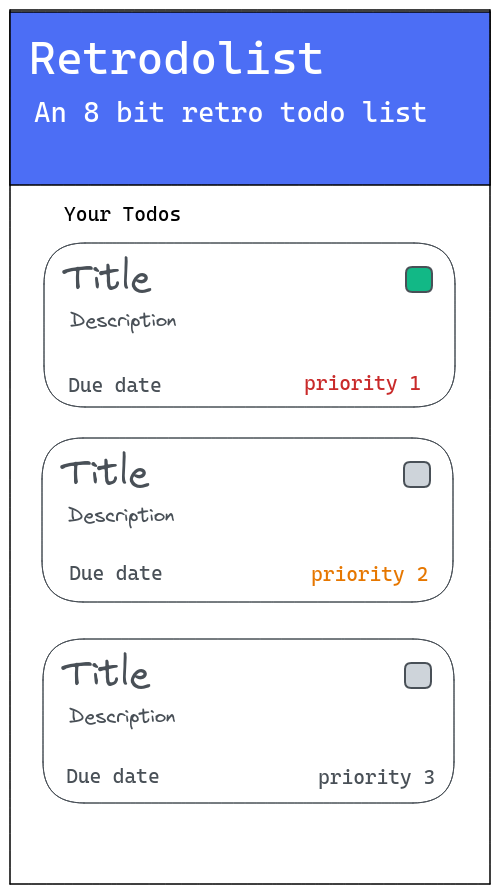
Before: design/Retrodolist-mobile-light.excalidraw.png, a diagram exported from Excalidraw (dotarjun/Todolist-JS). Source tidied: one line per element, renumbered; positions are measured from the earlier drawing's top-left corner, leaving out a move shared by most shapes.
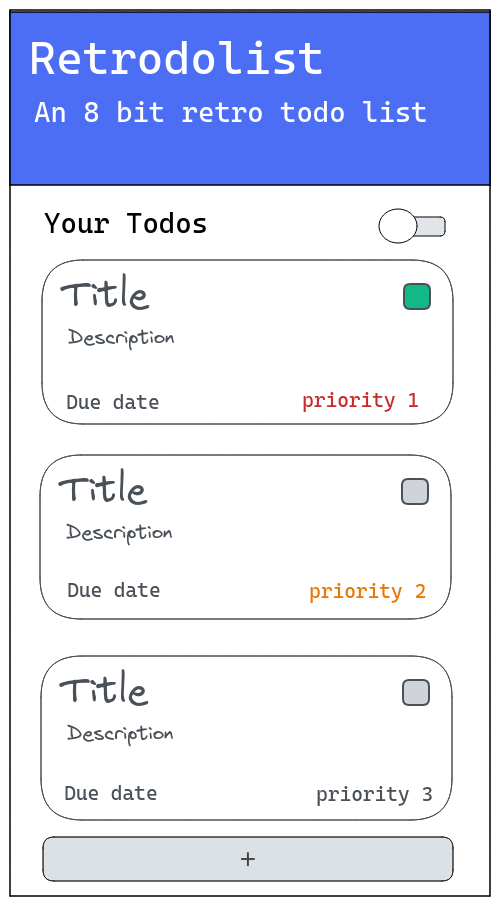
The same file after the commit.

Diff of the diagram source:
```diff
@@ -1,5 +1,5 @@
-{"id": 0, "type": "rectangle", "strokeColor": "#000000", "strokeWidth": 1, "roughness": 0, "x": 0, "y": 0, "width": 480, "height": 874}
+{"id": 0, "type": "rectangle", "strokeColor": "#000000", "strokeWidth": 1, "roughness": 0, "x": 2, "y": -17, "width": 480, "height": 886}
-{"id": 1, "type": "rectangle", "strokeColor": "#000000", "backgroundColor": "#4c6ef5", "fillStyle": "solid", "strokeWidth": 1, "roughness": 0, "x": 0, "y": 2, "width": 480, "height": 173}
+{"id": 1, "type": "rectangle", "strokeColor": "#000000", "backgroundColor": "#4c6ef5", "fillStyle": "solid", "strokeWidth": 1, "roughness": 0, "x": 2, "y": -15, "width": 480, "height": 173}
 {"id": 2, "type": "text", "text": "Title", "strokeColor": "#495057", "strokeWidth": 4, "roughness": 0, "fontSize": 36, "fontFamily": 1, "x": 54, "y": 246, "width": 88, "height": 46}
 {"id": 3, "type": "text", "text": "Description", "strokeColor": "#495057", "strokeWidth": 4, "roughness": 0, "fontSize": 20, "fontFamily": 1, "x": 60, "y": 298, "width": 108, "height": 26}
 {"id": 4, "type": "rectangle", "strokeColor": "#495057", "strokeWidth": 1, "roughness": 0, "x": 34, "y": 233, "width": 411, "height": 164}
@@ -18,7 +18,11 @@
 {"id": 17, "type": "rectangle", "strokeColor": "#495057", "backgroundColor": "#ced4da", "fillStyle": "solid", "strokeWidth": 2, "roughness": 0, "x": 395, "y": 653, "width": 26, "height": 25}
 {"id": 18, "type": "text", "text": "Due date", "strokeColor": "#495057", "strokeWidth": 4, "roughness": 0, "fontSize": 20, "fontFamily": 3, "x": 56, "y": 751, "width": 86, "height": 28}
 {"id": 19, "type": "text", "text": "priority 3", "strokeColor": "#495057", "backgroundColor": "#12b886", "fillStyle": "solid", "strokeWidth": 2, "roughness": 0, "fontSize": 20, "fontFamily": 3, "x": 308, "y": 754, "width": 119, "height": 25}
-{"id": 20, "type": "text", "text": "Retrodolist", "strokeColor": "#ffffff", "backgroundColor": "#ced4da", "fillStyle": "solid", "strokeWidth": 2, "roughness": 0, "fontSize": 45.88, "fontFamily": 3, "x": 19, "y": 18, "width": 298, "height": 56}
+{"id": 20, "type": "text", "text": "Retrodolist", "strokeColor": "#ffffff", "backgroundColor": "#ced4da", "fillStyle": "solid", "strokeWidth": 2, "roughness": 0, "fontSize": 45.88, "fontFamily": 3, "x": 21, "y": 2, "width": 298, "height": 56}
-{"id": 21, "type": "text", "text": "An 8 bit retro todo list", "strokeColor": "#ffffff", "backgroundColor": "#ced4da", "fillStyle": "solid", "strokeWidth": 2, "roughness": 0, "fontSize": 28, "fontFamily": 3, "x": 24, "y": 84, "width": 396, "height": 35}
+{"id": 21, "type": "text", "text": "An 8 bit retro todo list", "strokeColor": "#ffffff", "backgroundColor": "#ced4da", "fillStyle": "solid", "strokeWidth": 2, "roughness": 0, "fontSize": 28, "fontFamily": 3, "x": 26, "y": 67, "width": 396, "height": 35}
-{"id": 22, "type": "text", "text": "Todo", "strokeColor": "#ffffff", "backgroundColor": "#ced4da", "fillStyle": "solid", "strokeWidth": 2, "roughness": 0, "fontSize": 36, "fontFamily": 3, "x": 56, "y": 178, "width": 86, "height": 44}
+{"id": 22, "type": "text", "text": "Todo", "strokeColor": "#ffffff", "backgroundColor": "#ced4da", "fillStyle": "solid", "strokeWidth": 2, "roughness": 0, "fontSize": 36, "fontFamily": 3, "x": 58, "y": 160, "width": 86, "height": 44}
-{"id": 23, "type": "text", "text": "Your Todos", "strokeColor": "#000000", "backgroundColor": "#ced4da", "fillStyle": "solid", "strokeWidth": 2, "roughness": 0, "fontSize": 20, "fontFamily": 3, "x": 54, "y": 191, "width": 119, "height": 25}
+{"id": 23, "type": "text", "text": "Your Todos", "strokeColor": "#000000", "backgroundColor": "#ced4da", "fillStyle": "solid", "strokeWidth": 2, "roughness": 0, "fontSize": 28, "fontFamily": 3, "x": 36, "y": 178, "width": 166, "height": 35}
+{"id": 24, "type": "rectangle", "strokeColor": "#000000", "backgroundColor": "#ced4da", "fillStyle": "solid", "strokeWidth": 1, "roughness": 0, "opacity": 70, "x": 35, "y": 810, "width": 410, "height": 44}
+{"id": 25, "type": "text", "text": "+", "strokeColor": "#000000", "backgroundColor": "#ced4da", "fillStyle": "solid", "strokeWidth": 2, "roughness": 0, "opacity": 70, "fontSize": 28, "fontFamily": 2, "textAlign": "center", "verticalAlign": "middle", "inside": 24, "x": 231, "y": 815, "width": 18, "height": 34}
+{"id": 26, "type": "rectangle", "strokeColor": "#000000", "backgroundColor": "#ced4da", "fillStyle": "solid", "strokeWidth": 1, "roughness": 0, "opacity": 60, "x": 376, "y": 190, "width": 61, "height": 19}
+{"id": 27, "type": "ellipse", "strokeColor": "#000000", "backgroundColor": "#ffffff", "fillStyle": "solid", "strokeWidth": 1, "roughness": 0, "x": 371, "y": 182, "width": 38, "height": 34}
```
